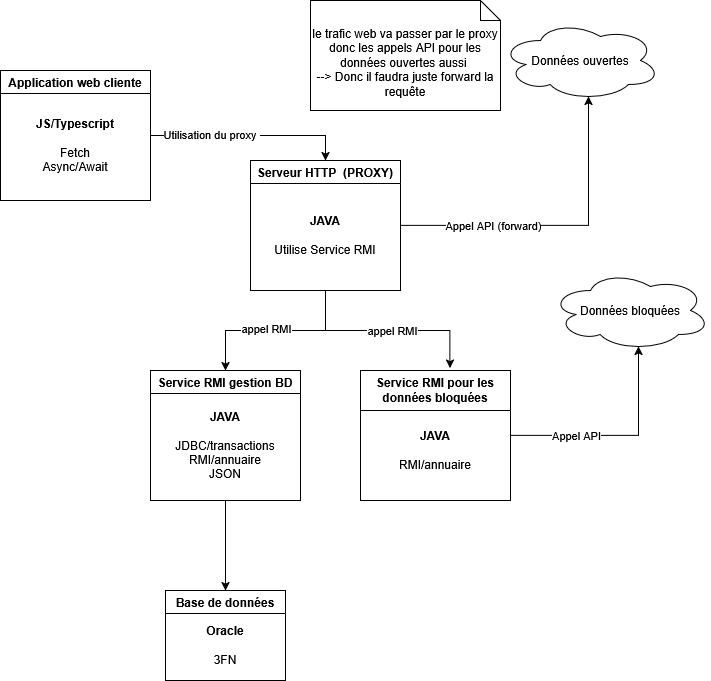
IanisPocachard/S4-02_ApplicationRepartie keeps this draw.io diagram as Doc/DiagrammeProjet.png. Above is the earlier version. Source tidied: cells renumbered, new cells last; positions are measured from the earlier drawing's top-left corner, leaving out a move shared by most shapes. Source of this version:
```xml
<mxGraphModel background="#ffffff">
  <root>
    <mxCell id="0" />
    <mxCell id="1" parent="0" />
    <mxCell id="2" style="edgeStyle=orthogonalEdgeStyle;rounded=0;jettySize=auto;html=1;entryX=0.5;entryY=0;entryDx=0;entryDy=0;" parent="1" edge="1" source="4" target="9">
      <mxGeometry relative="1" as="geometry" />
    </mxCell>
    <mxCell id="3" value="Utilisation du proxy&amp;nbsp;" style="edgeLabel;html=1;align=center;verticalAlign=middle;" parent="2" vertex="1">
      <mxGeometry x="-0.41" y="2" relative="1" as="geometry">
        <mxPoint x="1" as="offset" />
      </mxGeometry>
    </mxCell>
    <mxCell id="4" value="Application web cliente" style="swimlane;whiteSpace=wrap;html=1;" parent="1" vertex="1">
      <mxGeometry y="70" width="150" height="130" as="geometry" />
    </mxCell>
    <mxCell id="5" value="&lt;div&gt;&lt;b&gt;JS/Typescript&lt;/b&gt;&lt;/div&gt;&lt;div&gt;&lt;br&gt;&lt;/div&gt;&lt;div&gt;Fetch&lt;/div&gt;&lt;div&gt;Async/Await&lt;/div&gt;" style="text;html=1;whiteSpace=wrap;strokeColor=none;fillColor=none;align=center;verticalAlign=middle;rounded=0;" parent="4" vertex="1">
      <mxGeometry x="20" y="40" width="110" height="70" as="geometry" />
    </mxCell>
    <mxCell id="6" value="Données ouvertes" style="ellipse;shape=cloud;whiteSpace=wrap;html=1;" parent="1" vertex="1">
      <mxGeometry x="500" y="20" width="160" height="80" as="geometry" />
    </mxCell>
    <mxCell id="7" style="edgeStyle=orthogonalEdgeStyle;rounded=0;jettySize=auto;html=1;exitX=0.5;exitY=1;exitDx=0;exitDy=0;" parent="1" edge="1" source="9" target="12">
      <mxGeometry relative="1" as="geometry" />
    </mxCell>
    <mxCell id="8" value="appel RMI" style="edgeLabel;html=1;align=center;verticalAlign=middle;" parent="7" vertex="1">
      <mxGeometry x="0.33" y="-3" relative="1" as="geometry">
        <mxPoint x="20" as="offset" />
      </mxGeometry>
    </mxCell>
    <mxCell id="9" value="Serveur HTTP&amp;nbsp; (PROXY)" style="swimlane;whiteSpace=wrap;html=1;" parent="1" vertex="1">
      <mxGeometry x="250" y="160" width="150" height="130" as="geometry" />
    </mxCell>
    <mxCell id="10" value="&lt;div&gt;&lt;b&gt;JAVA&lt;/b&gt;&lt;/div&gt;&lt;div&gt;&lt;br&gt;&lt;/div&gt;Utilise Service RMI" style="text;html=1;whiteSpace=wrap;strokeColor=none;fillColor=none;align=center;verticalAlign=middle;rounded=0;" parent="9" vertex="1">
      <mxGeometry x="20" y="40" width="110" height="70" as="geometry" />
    </mxCell>
    <mxCell id="11" style="edgeStyle=orthogonalEdgeStyle;rounded=0;jettySize=auto;html=1;entryX=0.5;entryY=0;entryDx=0;entryDy=0;" parent="1" edge="1" source="12" target="23">
      <mxGeometry relative="1" as="geometry" />
    </mxCell>
    <mxCell id="12" value="Service RMI gestion BD" style="swimlane;whiteSpace=wrap;html=1;" parent="1" vertex="1">
      <mxGeometry x="150" y="370" width="150" height="130" as="geometry" />
    </mxCell>
    <mxCell id="13" value="&lt;div&gt;&lt;b&gt;JAVA&lt;/b&gt;&lt;/div&gt;&lt;div&gt;&lt;br&gt;&lt;/div&gt;&lt;div&gt;JDBC/transactions&lt;/div&gt;&lt;div&gt;RMI/annuaire&lt;/div&gt;&lt;div&gt;JSON&lt;/div&gt;" style="text;html=1;whiteSpace=wrap;strokeColor=none;fillColor=none;align=center;verticalAlign=middle;rounded=0;" parent="12" vertex="1">
      <mxGeometry x="20" y="40" width="110" height="70" as="geometry" />
    </mxCell>
    <mxCell id="14" value="Données bloquées" style="ellipse;shape=cloud;whiteSpace=wrap;html=1;" parent="1" vertex="1">
      <mxGeometry x="550" y="270" width="160" height="80" as="geometry" />
    </mxCell>
    <mxCell id="15" value="Service RMI pour les données bloquées" style="swimlane;whiteSpace=wrap;html=1;startSize=40;" parent="1" vertex="1">
      <mxGeometry x="360" y="370" width="150" height="130" as="geometry" />
    </mxCell>
    <mxCell id="16" value="&lt;div&gt;&lt;b&gt;JAVA&lt;/b&gt;&lt;/div&gt;&lt;div&gt;&lt;br&gt;&lt;/div&gt;&lt;div&gt;RMI/annuaire&lt;/div&gt;" style="text;html=1;whiteSpace=wrap;strokeColor=none;fillColor=none;align=center;verticalAlign=middle;rounded=0;" parent="15" vertex="1">
      <mxGeometry x="20" y="50" width="110" height="60" as="geometry" />
    </mxCell>
    <mxCell id="17" style="edgeStyle=orthogonalEdgeStyle;rounded=0;jettySize=auto;html=1;exitX=0.5;exitY=1;exitDx=0;exitDy=0;entryX=0.596;entryY=-0.018;entryDx=0;entryDy=0;entryPerimeter=0;" parent="1" edge="1" source="9" target="15">
      <mxGeometry relative="1" as="geometry" />
    </mxCell>
    <mxCell id="18" value="appel RMI" style="edgeLabel;html=1;align=center;verticalAlign=middle;" parent="17" vertex="1">
      <mxGeometry x="0.05" y="1" relative="1" as="geometry" />
    </mxCell>
    <mxCell id="19" style="edgeStyle=orthogonalEdgeStyle;rounded=0;jettySize=auto;html=1;exitX=1;exitY=0.5;exitDx=0;exitDy=0;entryX=0.55;entryY=0.95;entryDx=0;entryDy=0;entryPerimeter=0;" parent="1" edge="1" source="15" target="14">
      <mxGeometry relative="1" as="geometry" />
    </mxCell>
    <mxCell id="20" value="Appel API" style="edgeLabel;html=1;align=center;verticalAlign=middle;" parent="19" vertex="1">
      <mxGeometry x="-0.39" y="1" relative="1" as="geometry">
        <mxPoint x="-1" as="offset" />
      </mxGeometry>
    </mxCell>
    <mxCell id="21" style="edgeStyle=orthogonalEdgeStyle;rounded=0;jettySize=auto;html=1;exitX=1;exitY=0.5;exitDx=0;exitDy=0;entryX=0.55;entryY=0.95;entryDx=0;entryDy=0;entryPerimeter=0;" parent="1" edge="1" source="9" target="6">
      <mxGeometry relative="1" as="geometry" />
    </mxCell>
    <mxCell id="22" value="Appel API (forward)" style="edgeLabel;html=1;align=center;verticalAlign=middle;" parent="21" vertex="1">
      <mxGeometry x="-0.43" y="1" relative="1" as="geometry">
        <mxPoint x="1" as="offset" />
      </mxGeometry>
    </mxCell>
    <mxCell id="23" value="Base de données" style="swimlane;whiteSpace=wrap;html=1;" parent="1" vertex="1">
      <mxGeometry x="165" y="590" width="120" height="90" as="geometry" />
    </mxCell>
    <mxCell id="24" value="&lt;div&gt;&lt;b&gt;Oracle&lt;/b&gt;&lt;/div&gt;&lt;div&gt;&lt;br&gt;&lt;/div&gt;&lt;div&gt;3FN&lt;/div&gt;" style="text;html=1;whiteSpace=wrap;strokeColor=none;fillColor=none;align=center;verticalAlign=middle;rounded=0;" parent="23" vertex="1">
      <mxGeometry x="15" y="30" width="90" height="50" as="geometry" />
    </mxCell>
    <mxCell id="25" value="&lt;div&gt;&lt;br&gt;&lt;/div&gt;&lt;div&gt;le trafic web va passer par le proxy donc les appels API pour les données ouvertes aussi&amp;nbsp;&lt;/div&gt;&lt;div&gt;--&amp;gt; Donc il faudra juste forward la requête&lt;/div&gt;" style="shape=note;size=20;whiteSpace=wrap;html=1;" parent="1" vertex="1">
      <mxGeometry x="310" width="190" height="110" as="geometry" />
    </mxCell>
  </root>
</mxGraphModel>
```
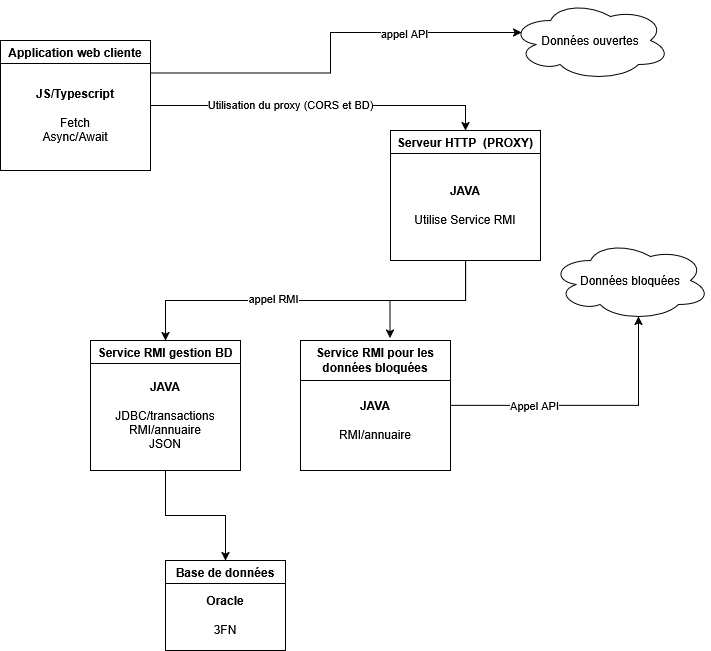
After the commit.

Commit message:
modif du schémas de la structure du pojet

What changed in the source:
```diff
@@ -5,9 +5,9 @@
     <mxCell id="2" style="edgeStyle=orthogonalEdgeStyle;rounded=0;jettySize=auto;html=1;entryX=0.5;entryY=0;entryDx=0;entryDy=0;" parent="1" edge="1" source="4" target="9">
       <mxGeometry relative="1" as="geometry" />
     </mxCell>
-    <mxCell id="3" value="Utilisation du proxy&amp;nbsp;" style="edgeLabel;html=1;align=center;verticalAlign=middle;" parent="2" vertex="1">
+    <mxCell id="3" value="Utilisation du proxy (CORS et BD)" style="edgeLabel;html=1;align=center;verticalAlign=middle;" parent="2" vertex="1">
       <mxGeometry x="-0.41" y="2" relative="1" as="geometry">
-        <mxPoint x="1" as="offset" />
+        <mxPoint x="38" as="offset" />
       </mxGeometry>
     </mxCell>
     <mxCell id="4" value="Application web cliente" style="swimlane;whiteSpace=wrap;html=1;" parent="1" vertex="1">
@@ -17,7 +17,7 @@
       <mxGeometry x="20" y="40" width="110" height="70" as="geometry" />
     </mxCell>
     <mxCell id="6" value="Données ouvertes" style="ellipse;shape=cloud;whiteSpace=wrap;html=1;" parent="1" vertex="1">
-      <mxGeometry x="500" y="20" width="160" height="80" as="geometry" />
+      <mxGeometry x="510" y="30" width="160" height="80" as="geometry" />
     </mxCell>
     <mxCell id="7" style="edgeStyle=orthogonalEdgeStyle;rounded=0;jettySize=auto;html=1;exitX=0.5;exitY=1;exitDx=0;exitDy=0;" parent="1" edge="1" source="9" target="12">
       <mxGeometry relative="1" as="geometry" />
@@ -28,7 +28,7 @@
       </mxGeometry>
     </mxCell>
     <mxCell id="9" value="Serveur HTTP&amp;nbsp; (PROXY)" style="swimlane;whiteSpace=wrap;html=1;" parent="1" vertex="1">
-      <mxGeometry x="250" y="160" width="150" height="130" as="geometry" />
+      <mxGeometry x="390" y="160" width="150" height="130" as="geometry" />
     </mxCell>
     <mxCell id="10" value="&lt;div&gt;&lt;b&gt;JAVA&lt;/b&gt;&lt;/div&gt;&lt;div&gt;&lt;br&gt;&lt;/div&gt;Utilise Service RMI" style="text;html=1;whiteSpace=wrap;strokeColor=none;fillColor=none;align=center;verticalAlign=middle;rounded=0;" parent="9" vertex="1">
       <mxGeometry x="20" y="40" width="110" height="70" as="geometry" />
@@ -37,7 +37,7 @@
       <mxGeometry relative="1" as="geometry" />
     </mxCell>
     <mxCell id="12" value="Service RMI gestion BD" style="swimlane;whiteSpace=wrap;html=1;" parent="1" vertex="1">
-      <mxGeometry x="150" y="370" width="150" height="130" as="geometry" />
+      <mxGeometry x="90" y="370" width="150" height="130" as="geometry" />
     </mxCell>
     <mxCell id="13" value="&lt;div&gt;&lt;b&gt;JAVA&lt;/b&gt;&lt;/div&gt;&lt;div&gt;&lt;br&gt;&lt;/div&gt;&lt;div&gt;JDBC/transactions&lt;/div&gt;&lt;div&gt;RMI/annuaire&lt;/div&gt;&lt;div&gt;JSON&lt;/div&gt;" style="text;html=1;whiteSpace=wrap;strokeColor=none;fillColor=none;align=center;verticalAlign=middle;rounded=0;" parent="12" vertex="1">
       <mxGeometry x="20" y="40" width="110" height="70" as="geometry" />
@@ -46,7 +46,7 @@
       <mxGeometry x="550" y="270" width="160" height="80" as="geometry" />
     </mxCell>
     <mxCell id="15" value="Service RMI pour les données bloquées" style="swimlane;whiteSpace=wrap;html=1;startSize=40;" parent="1" vertex="1">
-      <mxGeometry x="360" y="370" width="150" height="130" as="geometry" />
+      <mxGeometry x="300" y="370" width="150" height="130" as="geometry" />
     </mxCell>
     <mxCell id="16" value="&lt;div&gt;&lt;b&gt;JAVA&lt;/b&gt;&lt;/div&gt;&lt;div&gt;&lt;br&gt;&lt;/div&gt;&lt;div&gt;RMI/annuaire&lt;/div&gt;" style="text;html=1;whiteSpace=wrap;strokeColor=none;fillColor=none;align=center;verticalAlign=middle;rounded=0;" parent="15" vertex="1">
       <mxGeometry x="20" y="50" width="110" height="60" as="geometry" />
@@ -54,9 +54,6 @@
     <mxCell id="17" style="edgeStyle=orthogonalEdgeStyle;rounded=0;jettySize=auto;html=1;exitX=0.5;exitY=1;exitDx=0;exitDy=0;entryX=0.596;entryY=-0.018;entryDx=0;entryDy=0;entryPerimeter=0;" parent="1" edge="1" source="9" target="15">
       <mxGeometry relative="1" as="geometry" />
     </mxCell>
-    <mxCell id="18" value="appel RMI" style="edgeLabel;html=1;align=center;verticalAlign=middle;" parent="17" vertex="1">
-      <mxGeometry x="0.05" y="1" relative="1" as="geometry" />
-    </mxCell>
     <mxCell id="19" style="edgeStyle=orthogonalEdgeStyle;rounded=0;jettySize=auto;html=1;exitX=1;exitY=0.5;exitDx=0;exitDy=0;entryX=0.55;entryY=0.95;entryDx=0;entryDy=0;entryPerimeter=0;" parent="1" edge="1" source="15" target="14">
       <mxGeometry relative="1" as="geometry" />
     </mxCell>
@@ -65,22 +62,17 @@
         <mxPoint x="-1" as="offset" />
       </mxGeometry>
     </mxCell>
-    <mxCell id="21" style="edgeStyle=orthogonalEdgeStyle;rounded=0;jettySize=auto;html=1;exitX=1;exitY=0.5;exitDx=0;exitDy=0;entryX=0.55;entryY=0.95;entryDx=0;entryDy=0;entryPerimeter=0;" parent="1" edge="1" source="9" target="6">
-      <mxGeometry relative="1" as="geometry" />
-    </mxCell>
-    <mxCell id="22" value="Appel API (forward)" style="edgeLabel;html=1;align=center;verticalAlign=middle;" parent="21" vertex="1">
-      <mxGeometry x="-0.43" y="1" relative="1" as="geometry">
-        <mxPoint x="1" as="offset" />
-      </mxGeometry>
-    </mxCell>
     <mxCell id="23" value="Base de données" style="swimlane;whiteSpace=wrap;html=1;" parent="1" vertex="1">
       <mxGeometry x="165" y="590" width="120" height="90" as="geometry" />
     </mxCell>
     <mxCell id="24" value="&lt;div&gt;&lt;b&gt;Oracle&lt;/b&gt;&lt;/div&gt;&lt;div&gt;&lt;br&gt;&lt;/div&gt;&lt;div&gt;3FN&lt;/div&gt;" style="text;html=1;whiteSpace=wrap;strokeColor=none;fillColor=none;align=center;verticalAlign=middle;rounded=0;" parent="23" vertex="1">
       <mxGeometry x="15" y="30" width="90" height="50" as="geometry" />
     </mxCell>
-    <mxCell id="25" value="&lt;div&gt;&lt;br&gt;&lt;/div&gt;&lt;div&gt;le trafic web va passer par le proxy donc les appels API pour les données ouvertes aussi&amp;nbsp;&lt;/div&gt;&lt;div&gt;--&amp;gt; Donc il faudra juste forward la requête&lt;/div&gt;" style="shape=note;size=20;whiteSpace=wrap;html=1;" parent="1" vertex="1">
-      <mxGeometry x="310" width="190" height="110" as="geometry" />
-    </mxCell>
+    <mxCell id="26" style="edgeStyle=orthogonalEdgeStyle;rounded=0;jettySize=auto;html=1;exitX=1;exitY=0.25;exitDx=0;exitDy=0;entryX=0.07;entryY=0.4;entryDx=0;entryDy=0;entryPerimeter=0;" parent="1" edge="1" source="4" target="6">
+      <mxGeometry relative="1" as="geometry" />
+    </mxCell>
+    <mxCell id="27" value="appel API" style="edgeLabel;html=1;align=center;verticalAlign=middle;" parent="26" vertex="1">
+      <mxGeometry x="0.43" relative="1" as="geometry" />
+    </mxCell>
   </root>
 </mxGraphModel>
```
